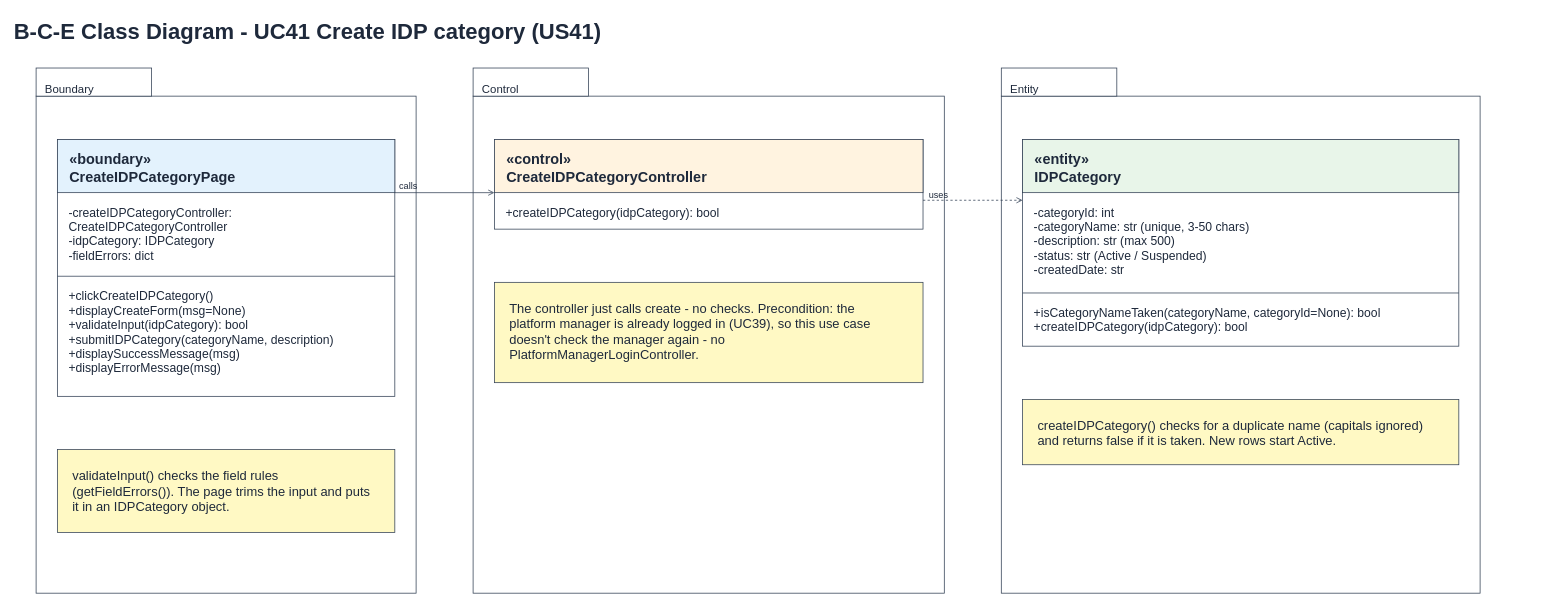
Before: page "5 BCE Class Diagram" (6 of 7) of Sprint_2/US41 - Create IDP Category/US41 Create IDP category.drawio in Hanzxc/CSIT314-ARCHSS, a draw.io diagram. Source tidied: cells renumbered, new cells numbered last; positions are measured from the earlier drawing's top-left corner, leaving out a move shared by most shapes. Both pictures are drawn from the tidied source at 76%, with x=0, y=0 at pixel (12, 12).
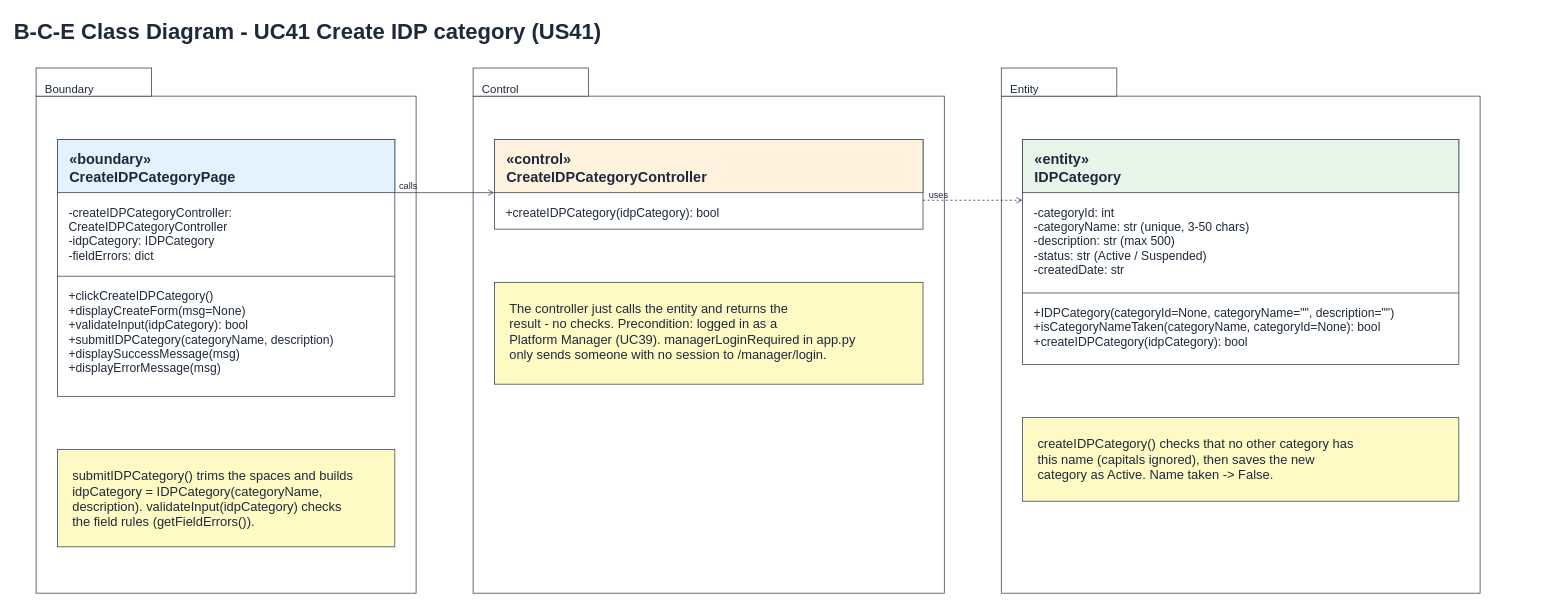
The same page after the edit.

What changed in the source:
```diff
@@
     <mxCell id="18" style="rounded=0;whiteSpace=wrap;fillColor=#fff9c4;strokeColor=#334155;" parent="1" vertex="1">
-      <mxGeometry x="59" y="575" width="444" height="109" as="geometry" />
+      <mxGeometry x="59" y="575" width="444" height="128" as="geometry" />
     </mxCell>
-    <mxCell id="19" value="validateInput() checks the field rules&#10;(getFieldErrors()). The page trims the input and puts&#10;it in an IDPCategory object." style="text;html=0;align=left;verticalAlign=top;fontSize=17;fontStyle=0;fontColor=#1e293b;" parent="1" vertex="1">
-      <mxGeometry x="77" y="593" width="408" height="73" as="geometry" />
+    <mxCell id="19" value="submitIDPCategory() trims the spaces and builds&#10;idpCategory = IDPCategory(categoryName,&#10;description). validateInput(idpCategory) checks&#10;the field rules (getFieldErrors())." style="text;html=0;align=left;verticalAlign=top;fontSize=17;fontStyle=0;fontColor=#1e293b;" parent="1" vertex="1">
+      <mxGeometry x="77" y="593" width="408" height="98" as="geometry" />
     </mxCell>
@@
     <mxCell id="24" style="rounded=0;whiteSpace=wrap;fillColor=#fff9c4;strokeColor=#334155;" parent="1" vertex="1">
-      <mxGeometry x="634" y="355" width="564" height="132" as="geometry" />
+      <mxGeometry x="634" y="355" width="564" height="134" as="geometry" />
     </mxCell>
-    <mxCell id="25" value="The controller just calls create - no checks. Precondition: the&#10;platform manager is already logged in (UC39), so this use case&#10;doesn't check the manager again - no&#10;PlatformManagerLoginController." style="text;html=0;align=left;verticalAlign=top;fontSize=17;fontStyle=0;fontColor=#1e293b;" parent="1" vertex="1">
-      <mxGeometry x="652" y="373" width="528" height="96" as="geometry" />
+    <mxCell id="25" value="The controller just calls the entity and returns the&#10;result - no checks. Precondition: logged in as a&#10;Platform Manager (UC39). managerLoginRequired in app.py&#10;only sends someone with no session to /manager/login." style="text;html=0;align=left;verticalAlign=top;fontSize=17;fontStyle=0;fontColor=#1e293b;" parent="1" vertex="1">
+      <mxGeometry x="652" y="373" width="528" height="100" as="geometry" />
     </mxCell>
     <mxCell id="26" style="rounded=0;whiteSpace=wrap;fillColor=#ffffff;strokeColor=#334155;" parent="1" vertex="1">
-      <mxGeometry x="1329" y="167" width="574" height="272" as="geometry" />
+      <mxGeometry x="1329" y="167" width="574" height="296" as="geometry" />
     </mxCell>
@@
-    <mxCell id="31" value="+isCategoryNameTaken(categoryName, categoryId=None): bool&#10;+createIDPCategory(idpCategory): bool" style="text;html=0;align=left;verticalAlign=top;fontSize=16;fontStyle=0;fontColor=#1e293b;" parent="1" vertex="1">
-      <mxGeometry x="1342" y="379" width="546" height="48" as="geometry" />
+    <mxCell id="31" value="+IDPCategory(categoryId=None, categoryName=&quot;&quot;, description=&quot;&quot;)&#10;+isCategoryNameTaken(categoryName, categoryId=None): bool&#10;+createIDPCategory(idpCategory): bool" style="text;html=0;align=left;verticalAlign=top;fontSize=16;fontStyle=0;fontColor=#1e293b;" parent="1" vertex="1">
+      <mxGeometry x="1342" y="379" width="546" height="70" as="geometry" />
     </mxCell>
     <mxCell id="32" style="rounded=0;whiteSpace=wrap;fillColor=#fff9c4;strokeColor=#334155;" parent="1" vertex="1">
-      <mxGeometry x="1329" y="509" width="574" height="86" as="geometry" />
+      <mxGeometry x="1329" y="533" width="574" height="110" as="geometry" />
     </mxCell>
-    <mxCell id="33" value="createIDPCategory() checks for a duplicate name (capitals ignored)&#10;and returns false if it is taken. New rows start Active." style="text;html=0;align=left;verticalAlign=top;fontSize=17;fontStyle=0;fontColor=#1e293b;" parent="1" vertex="1">
-      <mxGeometry x="1347" y="527" width="538" height="50" as="geometry" />
+    <mxCell id="33" value="createIDPCategory() checks that no other category has&#10;this name (capitals ignored), then saves the new&#10;category as Active. Name taken -&gt; False." style="text;html=0;align=left;verticalAlign=top;fontSize=17;fontStyle=0;fontColor=#1e293b;" parent="1" vertex="1">
+      <mxGeometry x="1347" y="551" width="538" height="76" as="geometry" />
     </mxCell>
```
